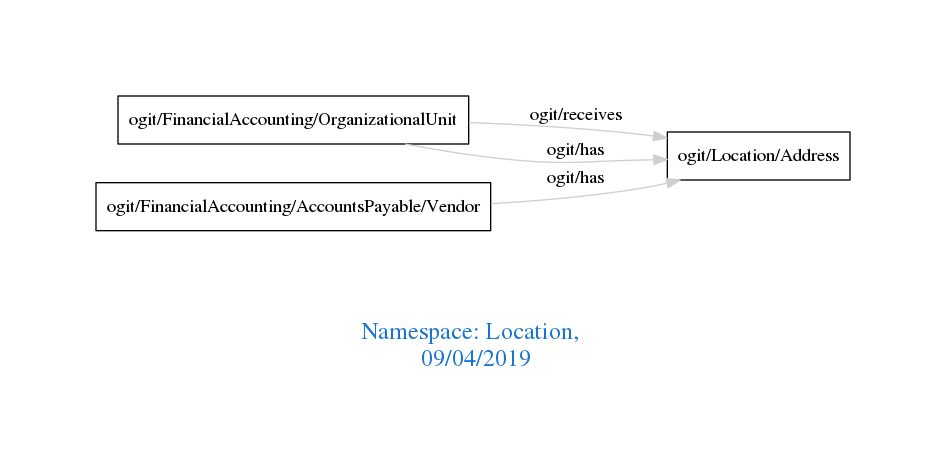
This is downloads/Location.png from arago/OGIT, a Graphviz export, as it was before one commit. Its source is kept beside it as downloads/Location.dot.
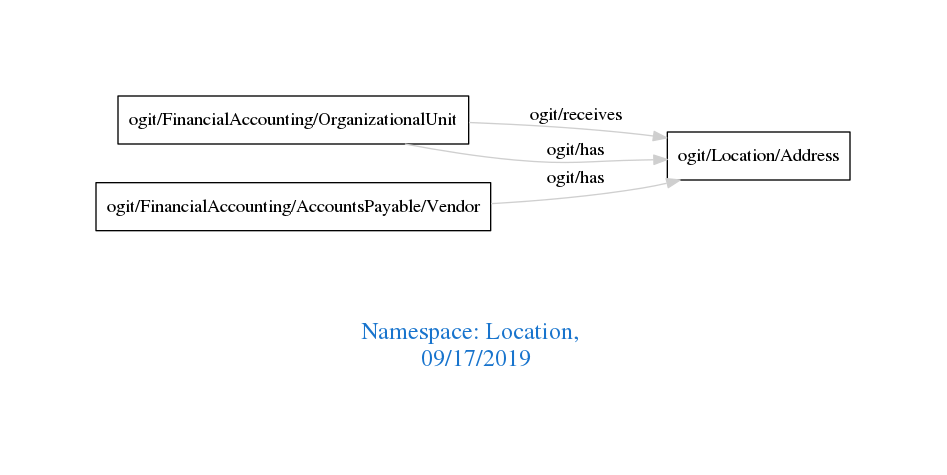
The same file after the commit.

Change to the diagram source:
```diff
@@ -1,7 +1,7 @@
 digraph OGIT_ontology {
  graph [ rankdir= LR,pad=1
 fontsize = 18,
-fontcolor= dodgerblue3,label = "\n\n\nNamespace: Location, \n 09/04/2019"];
+fontcolor= dodgerblue3,label = "\n\n\nNamespace: Location, \n 09/17/2019"];
 node[shape=polygon];
 edge [  color="gray81"];
 
```
